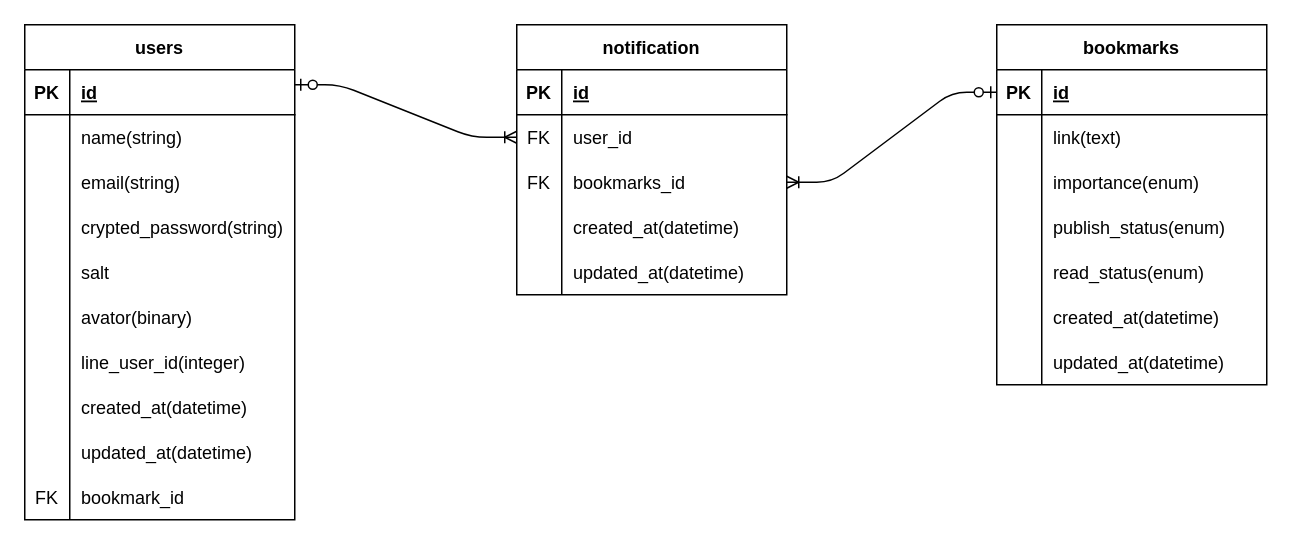
This is ER_diagram.drawio from kitade-shogo/ArtiClear, a draw.io file, before an edit. Source tidied: cells renumbered, new cells numbered last; positions are measured from the earlier drawing's top-left corner, leaving out a move shared by most shapes. Both pictures are drawn from the tidied source at 150%, with x=0, y=0 at pixel (24, 24).
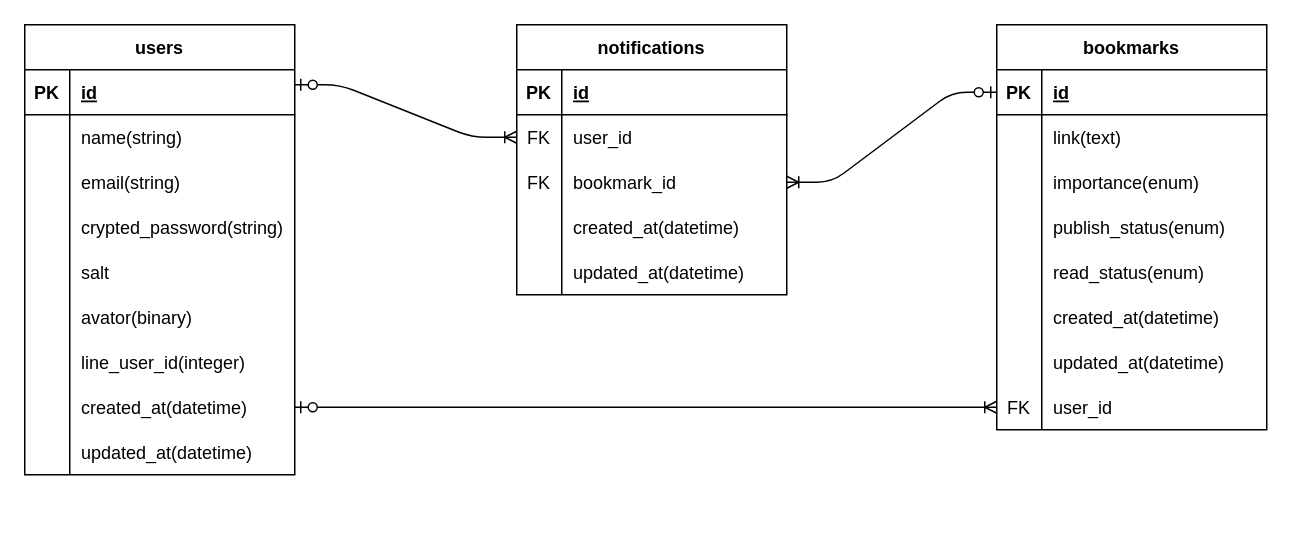
The same diagram, later.

The change refers to these unchanged cells:
```xml
<mxCell id="24" style="shape=tableRow;horizontal=0;startSize=0;swimlaneHead=0;swimlaneBody=0;fillColor=none;points=[[0,0.5],[1,0.5]];portConstraint=eastwest;top=0;left=0;right=0;bottom=0;" parent="2" vertex="1">
  <mxGeometry y="240" width="180" height="30" as="geometry" />
</mxCell>
<mxCell id="62" style="shape=tableRow;horizontal=0;startSize=0;swimlaneHead=0;swimlaneBody=0;fillColor=none;points=[[0,0.5],[1,0.5]];portConstraint=eastwest;top=0;left=0;right=0;bottom=0;" parent="55" vertex="1">
  <mxGeometry y="90" width="180" height="30" as="geometry" />
</mxCell>
```

Diff of the diagram source:
```diff
@@
     <mxCell id="2" value="users" style="shape=table;startSize=30;childLayout=tableLayout;rowLines=0;fontStyle=1;align=center;" parent="1" vertex="1">
-      <mxGeometry width="180" height="330" as="geometry" />
+      <mxGeometry width="180" height="300" as="geometry" />
     </mxCell>
@@
-    <mxCell id="30" style="shape=tableRow;horizontal=0;startSize=0;swimlaneHead=0;swimlaneBody=0;fillColor=none;top=0;left=0;right=0;bottom=0;" parent="2" vertex="1">
-      <mxGeometry y="300" width="180" height="30" as="geometry" />
-    </mxCell>
-    <mxCell id="31" value="FK" style="shape=partialRectangle;fillColor=none;top=0;left=0;bottom=0;right=0;overflow=hidden;" parent="30" vertex="1">
-      <mxGeometry width="30" height="30" as="geometry" />
-    </mxCell>
-    <mxCell id="32" value="bookmark_id" style="shape=partialRectangle;fillColor=none;top=0;left=0;bottom=0;right=0;align=left;spacingLeft=6;overflow=hidden;" parent="30" vertex="1">
-      <mxGeometry x="30" width="150" height="30" as="geometry" />
-    </mxCell>
     <mxCell id="33" value="bookmarks" style="shape=table;startSize=30;childLayout=tableLayout;rowLines=0;fontStyle=1;align=center;" parent="1" vertex="1">
-      <mxGeometry x="648" width="180" height="240" as="geometry" />
+      <mxGeometry x="648" width="180" height="270" as="geometry" />
     </mxCell>
@@
+    <mxCell id="73" style="shape=tableRow;horizontal=0;startSize=0;swimlaneHead=0;swimlaneBody=0;fillColor=none;points=[[0,0.5],[1,0.5]];portConstraint=eastwest;top=0;left=0;right=0;bottom=0;" parent="33" vertex="1">
+      <mxGeometry y="240" width="180" height="30" as="geometry" />
+    </mxCell>
+    <mxCell id="31" value="FK" style="shape=partialRectangle;fillColor=none;top=0;left=0;bottom=0;right=0;overflow=hidden;" parent="73" vertex="1">
+      <mxGeometry width="30" height="30" as="geometry" />
+    </mxCell>
+    <mxCell id="74" value="user_id" style="shape=partialRectangle;fillColor=none;top=0;left=0;bottom=0;right=0;align=left;spacingLeft=6;overflow=hidden;" parent="73" vertex="1">
+      <mxGeometry x="30" width="150" height="30" as="geometry" />
+    </mxCell>
-    <mxCell id="55" value="notification" style="shape=table;startSize=30;childLayout=tableLayout;rowLines=0;fontStyle=1;align=center;" parent="1" vertex="1">
+    <mxCell id="55" value="notifications" style="shape=table;startSize=30;childLayout=tableLayout;rowLines=0;fontStyle=1;align=center;" parent="1" vertex="1">
       <mxGeometry x="328" width="180" height="180" as="geometry" />
     </mxCell>
@@
-    <mxCell id="64" value="bookmarks_id" style="shape=partialRectangle;fillColor=none;top=0;left=0;bottom=0;right=0;align=left;spacingLeft=6;overflow=hidden;" parent="62" vertex="1">
+    <mxCell id="64" value="bookmark_id" style="shape=partialRectangle;fillColor=none;top=0;left=0;bottom=0;right=0;align=left;spacingLeft=6;overflow=hidden;" parent="62" vertex="1">
       <mxGeometry x="30" width="150" height="30" as="geometry" />
     </mxCell>
@@
+    <mxCell id="75" style="edgeStyle=entityRelationEdgeStyle;fontSize=12;html=1;endArrow=ERoneToMany;startArrow=ERzeroToOne;entryX=0;entryY=0.5;entryDx=0;entryDy=0;exitX=1;exitY=0.5;exitDx=0;exitDy=0;" parent="1" edge="1" source="24" target="73">
+      <mxGeometry relative="1" as="geometry" />
+    </mxCell>
```
